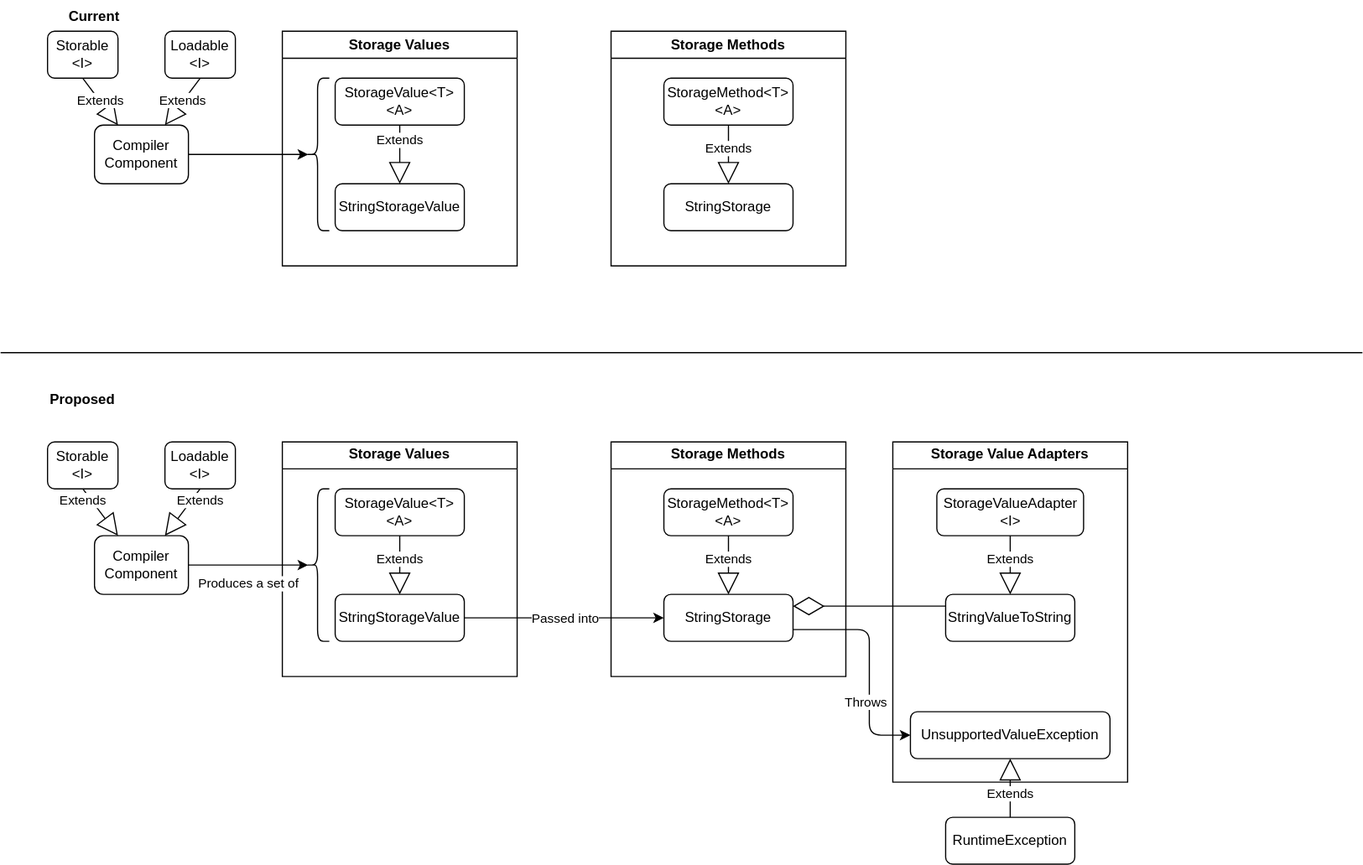
Before: docs/diagrams/Storage.drawio.svg, a diagram exported from draw.io (warburec/GenCompilation). Source tidied: cells renumbered, new cells last; positions are measured from the earlier drawing's top-left corner, leaving out a move shared by most shapes. Source of this version:
```xml
<mxGraphModel>
  <root>
    <mxCell id="0" />
    <mxCell id="1" parent="0" />
    <mxCell id="2" value="Storable &amp;lt;I&amp;gt;" style="rounded=1;whiteSpace=wrap;html=1;" parent="1" vertex="1">
      <mxGeometry x="40" y="26" width="60" height="40" as="geometry" />
    </mxCell>
    <mxCell id="3" value="Storage Values" style="swimlane;whiteSpace=wrap;html=1;" parent="1" vertex="1">
      <mxGeometry x="240" y="26" width="200" height="200" as="geometry" />
    </mxCell>
    <mxCell id="4" value="StorageValue&amp;lt;T&amp;gt;&lt;br&gt;&amp;lt;A&amp;gt;" style="rounded=1;whiteSpace=wrap;html=1;" parent="3" vertex="1">
      <mxGeometry x="45" y="40" width="110" height="40" as="geometry" />
    </mxCell>
    <mxCell id="5" value="StringStorageValue" style="rounded=1;whiteSpace=wrap;html=1;" parent="3" vertex="1">
      <mxGeometry x="45" y="130" width="110" height="40" as="geometry" />
    </mxCell>
    <mxCell id="6" value="Extends" style="endArrow=block;endSize=16;endFill=0;html=1;exitX=0.5;exitY=1;exitDx=0;exitDy=0;entryX=0.5;entryY=0;entryDx=0;entryDy=0;" parent="3" edge="1" source="4" target="5">
      <mxGeometry x="-0.5" relative="1" as="geometry">
        <Array as="points">
          <mxPoint x="100" y="100" />
        </Array>
      </mxGeometry>
    </mxCell>
    <mxCell id="7" style="shape=curlyBracket;whiteSpace=wrap;html=1;rounded=1;labelPosition=left;verticalLabelPosition=middle;align=right;verticalAlign=middle;size=0.5;" parent="3" vertex="1">
      <mxGeometry x="20" y="40" width="20" height="130" as="geometry" />
    </mxCell>
    <mxCell id="8" value="Storage Methods" style="swimlane;whiteSpace=wrap;html=1;" parent="1" vertex="1">
      <mxGeometry x="520" y="26" width="200" height="200" as="geometry" />
    </mxCell>
    <mxCell id="9" value="StorageMethod&amp;lt;T&amp;gt;&lt;br&gt;&amp;lt;A&amp;gt;" style="rounded=1;whiteSpace=wrap;html=1;" parent="8" vertex="1">
      <mxGeometry x="45" y="40" width="110" height="40" as="geometry" />
    </mxCell>
    <mxCell id="10" value="StringStorage" style="rounded=1;whiteSpace=wrap;html=1;" parent="8" vertex="1">
      <mxGeometry x="45" y="130" width="110" height="40" as="geometry" />
    </mxCell>
    <mxCell id="11" value="Extends" style="endArrow=block;endSize=16;endFill=0;html=1;exitX=0.5;exitY=1;exitDx=0;exitDy=0;entryX=0.5;entryY=0;entryDx=0;entryDy=0;" parent="8" edge="1" source="9" target="10">
      <mxGeometry x="-0.2" relative="1" as="geometry" />
    </mxCell>
    <mxCell id="12" value="Loadable &amp;lt;I&amp;gt;" style="rounded=1;whiteSpace=wrap;html=1;" parent="1" vertex="1">
      <mxGeometry x="140" y="26" width="60" height="40" as="geometry" />
    </mxCell>
    <mxCell id="13" style="edgeStyle=orthogonalEdgeStyle;html=1;exitX=1;exitY=0.5;exitDx=0;exitDy=0;entryX=0.1;entryY=0.5;entryDx=0;entryDy=0;entryPerimeter=0;" parent="1" edge="1" source="14" target="7">
      <mxGeometry relative="1" as="geometry" />
    </mxCell>
    <mxCell id="14" value="Compiler Component" style="rounded=1;whiteSpace=wrap;html=1;" parent="1" vertex="1">
      <mxGeometry x="80" y="106" width="80" height="50" as="geometry" />
    </mxCell>
    <mxCell id="15" value="Extends" style="endArrow=block;endSize=16;endFill=0;html=1;exitX=0.5;exitY=1;exitDx=0;exitDy=0;entryX=0.25;entryY=0;entryDx=0;entryDy=0;" parent="1" edge="1" source="2" target="14">
      <mxGeometry relative="1" as="geometry" />
    </mxCell>
    <mxCell id="16" value="Extends" style="endArrow=block;endSize=16;endFill=0;html=1;entryX=0.75;entryY=0;entryDx=0;entryDy=0;exitX=0.5;exitY=1;exitDx=0;exitDy=0;" parent="1" edge="1" source="12" target="14">
      <mxGeometry relative="1" as="geometry" />
    </mxCell>
    <mxCell id="17" style="line;strokeWidth=1;fillColor=none;align=left;verticalAlign=middle;spacingTop=-1;spacingLeft=3;spacingRight=3;labelPosition=right;strokeColor=inherit;" parent="1" vertex="1">
      <mxGeometry y="296" width="1160" height="8" as="geometry" />
    </mxCell>
    <mxCell id="18" value="Proposed" style="text;align=center;fontStyle=1;verticalAlign=middle;spacingLeft=3;spacingRight=3;strokeColor=none;" parent="1" vertex="1">
      <mxGeometry x="30" y="326" width="80" height="26" as="geometry" />
    </mxCell>
    <mxCell id="19" value="Current" style="text;align=center;fontStyle=1;verticalAlign=middle;spacingLeft=3;spacingRight=3;strokeColor=none;" parent="1" vertex="1">
      <mxGeometry x="40" width="80" height="26" as="geometry" />
    </mxCell>
    <mxCell id="20" value="Storable &amp;lt;I&amp;gt;" style="rounded=1;whiteSpace=wrap;html=1;" parent="1" vertex="1">
      <mxGeometry x="40" y="376" width="60" height="40" as="geometry" />
    </mxCell>
    <mxCell id="21" value="Storage Values" style="swimlane;whiteSpace=wrap;html=1;" parent="1" vertex="1">
      <mxGeometry x="240" y="376" width="200" height="200" as="geometry" />
    </mxCell>
    <mxCell id="22" value="StorageValue&amp;lt;T&amp;gt;&lt;br&gt;&amp;lt;A&amp;gt;" style="rounded=1;whiteSpace=wrap;html=1;" parent="21" vertex="1">
      <mxGeometry x="45" y="40" width="110" height="40" as="geometry" />
    </mxCell>
    <mxCell id="23" value="StringStorageValue" style="rounded=1;whiteSpace=wrap;html=1;" parent="21" vertex="1">
      <mxGeometry x="45" y="130" width="110" height="40" as="geometry" />
    </mxCell>
    <mxCell id="24" value="Extends" style="endArrow=block;endSize=16;endFill=0;html=1;exitX=0.5;exitY=1;exitDx=0;exitDy=0;entryX=0.5;entryY=0;entryDx=0;entryDy=0;" parent="21" edge="1" source="22" target="23">
      <mxGeometry x="-0.2" relative="1" as="geometry">
        <Array as="points">
          <mxPoint x="100" y="100" />
        </Array>
      </mxGeometry>
    </mxCell>
    <mxCell id="25" style="shape=curlyBracket;whiteSpace=wrap;html=1;rounded=1;labelPosition=left;verticalLabelPosition=middle;align=right;verticalAlign=middle;size=0.5;" parent="21" vertex="1">
      <mxGeometry x="20" y="40" width="20" height="130" as="geometry" />
    </mxCell>
    <mxCell id="26" value="Storage Methods" style="swimlane;whiteSpace=wrap;html=1;" parent="1" vertex="1">
      <mxGeometry x="520" y="376" width="200" height="200" as="geometry" />
    </mxCell>
    <mxCell id="27" value="StorageMethod&amp;lt;T&amp;gt;&lt;br&gt;&amp;lt;A&amp;gt;" style="rounded=1;whiteSpace=wrap;html=1;" parent="26" vertex="1">
      <mxGeometry x="45" y="40" width="110" height="40" as="geometry" />
    </mxCell>
    <mxCell id="28" value="StringStorage" style="rounded=1;whiteSpace=wrap;html=1;" parent="26" vertex="1">
      <mxGeometry x="45" y="130" width="110" height="40" as="geometry" />
    </mxCell>
    <mxCell id="29" value="Extends" style="endArrow=block;endSize=16;endFill=0;html=1;exitX=0.5;exitY=1;exitDx=0;exitDy=0;entryX=0.5;entryY=0;entryDx=0;entryDy=0;" parent="26" edge="1" source="27" target="28">
      <mxGeometry x="-0.2" relative="1" as="geometry" />
    </mxCell>
    <mxCell id="30" value="Loadable &amp;lt;I&amp;gt;" style="rounded=1;whiteSpace=wrap;html=1;" parent="1" vertex="1">
      <mxGeometry x="140" y="376" width="60" height="40" as="geometry" />
    </mxCell>
    <mxCell id="31" style="edgeStyle=orthogonalEdgeStyle;html=1;exitX=1;exitY=0.5;exitDx=0;exitDy=0;entryX=0.1;entryY=0.5;entryDx=0;entryDy=0;entryPerimeter=0;" parent="1" edge="1" source="33" target="25">
      <mxGeometry relative="1" as="geometry" />
    </mxCell>
    <mxCell id="32" value="Produces a set of" style="edgeLabel;html=1;align=center;verticalAlign=middle;" parent="31" vertex="1">
      <mxGeometry x="-0.35" y="-1" relative="1" as="geometry">
        <mxPoint x="17" y="14" as="offset" />
      </mxGeometry>
    </mxCell>
    <mxCell id="33" value="Compiler Component" style="rounded=1;whiteSpace=wrap;html=1;" parent="1" vertex="1">
      <mxGeometry x="80" y="456" width="80" height="50" as="geometry" />
    </mxCell>
    <mxCell id="34" value="Extends" style="endArrow=block;endSize=16;endFill=0;html=1;exitX=0.5;exitY=1;exitDx=0;exitDy=0;entryX=0.25;entryY=0;entryDx=0;entryDy=0;" parent="1" edge="1" source="20" target="33">
      <mxGeometry x="-0.68" y="-6" relative="1" as="geometry" />
    </mxCell>
    <mxCell id="35" value="Extends" style="endArrow=block;endSize=16;endFill=0;html=1;entryX=0.75;entryY=0;entryDx=0;entryDy=0;exitX=0.5;exitY=1;exitDx=0;exitDy=0;" parent="1" edge="1" source="30" target="33">
      <mxGeometry x="-0.68" y="6" relative="1" as="geometry" />
    </mxCell>
    <mxCell id="36" value="Storage Value Adapters" style="swimlane;whiteSpace=wrap;html=1;" parent="1" vertex="1">
      <mxGeometry x="760" y="376" width="200" height="290" as="geometry" />
    </mxCell>
    <mxCell id="37" value="StorageValueAdapter &amp;lt;I&amp;gt;" style="rounded=1;whiteSpace=wrap;html=1;" parent="36" vertex="1">
      <mxGeometry x="37.5" y="40" width="125" height="40" as="geometry" />
    </mxCell>
    <mxCell id="38" value="StringValueToString" style="rounded=1;whiteSpace=wrap;html=1;" parent="36" vertex="1">
      <mxGeometry x="45" y="130" width="110" height="40" as="geometry" />
    </mxCell>
    <mxCell id="39" value="Extends" style="endArrow=block;endSize=16;endFill=0;html=1;exitX=0.5;exitY=1;exitDx=0;exitDy=0;entryX=0.5;entryY=0;entryDx=0;entryDy=0;" parent="36" edge="1" source="37" target="38">
      <mxGeometry x="-0.2" relative="1" as="geometry" />
    </mxCell>
    <mxCell id="40" value="UnsupportedValueException" style="rounded=1;whiteSpace=wrap;html=1;" parent="36" vertex="1">
      <mxGeometry x="15" y="230" width="170" height="40" as="geometry" />
    </mxCell>
    <mxCell id="41" style="edgeStyle=orthogonalEdgeStyle;html=1;exitX=1;exitY=0.5;exitDx=0;exitDy=0;entryX=0;entryY=0.5;entryDx=0;entryDy=0;" parent="1" edge="1" source="23" target="28">
      <mxGeometry relative="1" as="geometry" />
    </mxCell>
    <mxCell id="42" value="Passed into" style="edgeLabel;html=1;align=center;verticalAlign=middle;" parent="41" vertex="1">
      <mxGeometry x="0.22" relative="1" as="geometry">
        <mxPoint x="-19" as="offset" />
      </mxGeometry>
    </mxCell>
    <mxCell id="43" value="RuntimeException" style="rounded=1;whiteSpace=wrap;html=1;" parent="1" vertex="1">
      <mxGeometry x="805" y="696" width="110" height="40" as="geometry" />
    </mxCell>
    <mxCell id="44" value="Extends" style="endArrow=block;endSize=16;endFill=0;html=1;entryX=0.5;entryY=1;entryDx=0;entryDy=0;exitX=0.5;exitY=0;exitDx=0;exitDy=0;" parent="1" edge="1" source="43" target="40">
      <mxGeometry x="-0.2" relative="1" as="geometry" />
    </mxCell>
    <mxCell id="45" style="endArrow=diamondThin;endFill=0;endSize=24;html=1;entryX=1;entryY=0.25;entryDx=0;entryDy=0;exitX=0;exitY=0.25;exitDx=0;exitDy=0;" parent="1" edge="1" source="38" target="28">
      <mxGeometry relative="1" as="geometry" />
    </mxCell>
    <mxCell id="46" style="edgeStyle=orthogonalEdgeStyle;html=1;exitX=1;exitY=0.75;exitDx=0;exitDy=0;entryX=0;entryY=0.5;entryDx=0;entryDy=0;" parent="1" edge="1" source="28" target="40">
      <mxGeometry relative="1" as="geometry">
        <Array as="points">
          <mxPoint x="740" y="536" />
          <mxPoint x="740" y="626" />
        </Array>
      </mxGeometry>
    </mxCell>
    <mxCell id="47" value="Throws" style="edgeLabel;html=1;align=center;verticalAlign=middle;" parent="46" vertex="1">
      <mxGeometry x="0.18" y="-4" relative="1" as="geometry">
        <mxPoint y="13" as="offset" />
      </mxGeometry>
    </mxCell>
  </root>
</mxGraphModel>
```
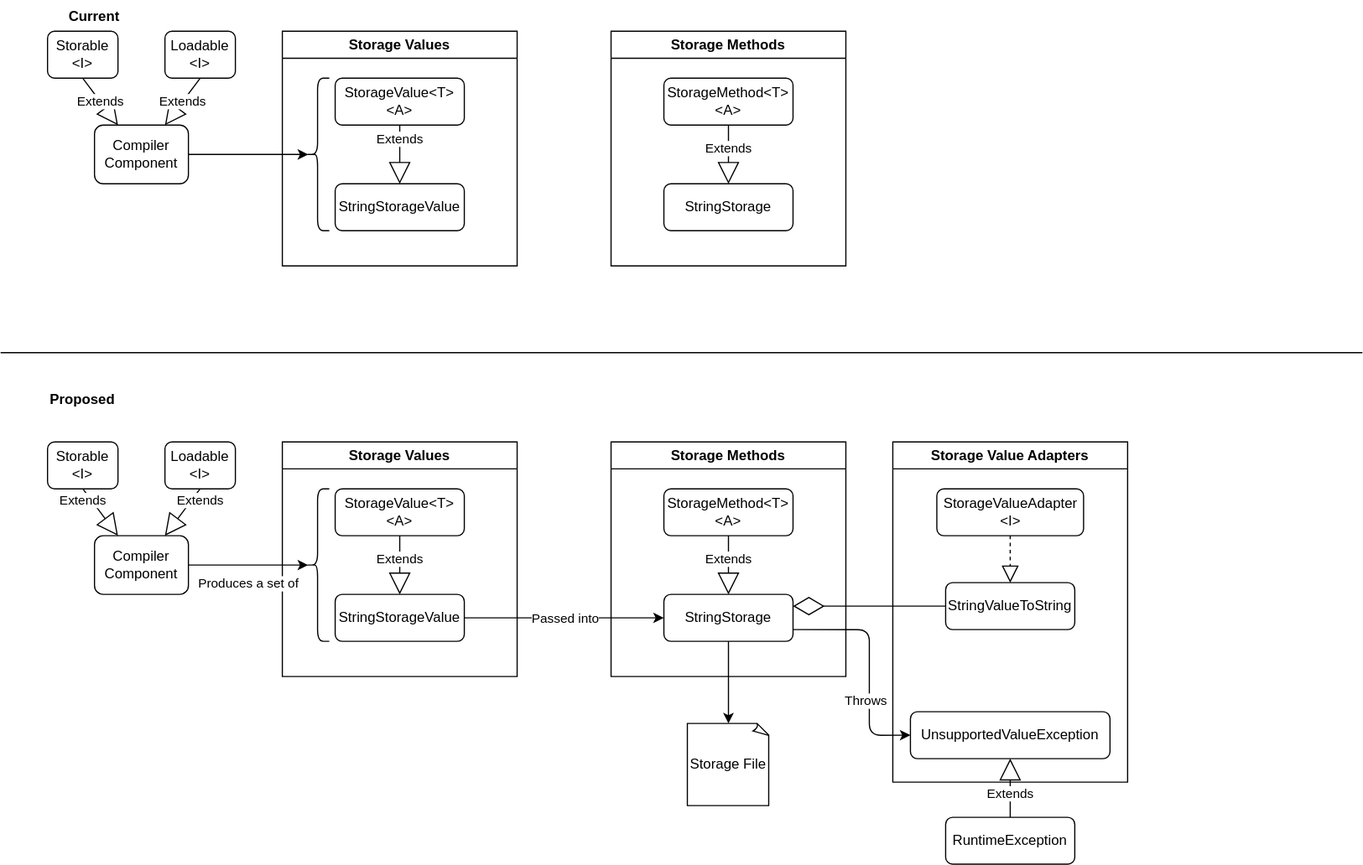
After the commit.

Commit message:
Beginning of small storage architecture rework

The edit, as a diff of the source:
```diff
@@ -121,14 +121,14 @@
       <mxGeometry x="37.5" y="40" width="125" height="40" as="geometry" />
     </mxCell>
     <mxCell id="38" value="StringValueToString" style="rounded=1;whiteSpace=wrap;html=1;" parent="36" vertex="1">
-      <mxGeometry x="45" y="130" width="110" height="40" as="geometry" />
+      <mxGeometry x="45" y="120" width="110" height="40" as="geometry" />
     </mxCell>
+    <mxCell id="40" value="UnsupportedValueException" style="rounded=1;whiteSpace=wrap;html=1;" parent="36" vertex="1">
+      <mxGeometry x="15" y="230" width="170" height="40" as="geometry" />
+    </mxCell>
-    <mxCell id="39" value="Extends" style="endArrow=block;endSize=16;endFill=0;html=1;exitX=0.5;exitY=1;exitDx=0;exitDy=0;entryX=0.5;entryY=0;entryDx=0;entryDy=0;" parent="36" edge="1" source="37" target="38">
-      <mxGeometry x="-0.2" relative="1" as="geometry" />
+    <mxCell id="39" style="endArrow=block;dashed=1;endFill=0;endSize=12;html=1;exitX=0.5;exitY=1;exitDx=0;exitDy=0;entryX=0.5;entryY=0;entryDx=0;entryDy=0;" parent="36" edge="1" source="37" target="38">
+      <mxGeometry relative="1" as="geometry" />
     </mxCell>
-    <mxCell id="40" value="UnsupportedValueException" style="rounded=1;whiteSpace=wrap;html=1;" parent="36" vertex="1">
-      <mxGeometry x="15" y="230" width="170" height="40" as="geometry" />
-    </mxCell>
     <mxCell id="41" style="edgeStyle=orthogonalEdgeStyle;html=1;exitX=1;exitY=0.5;exitDx=0;exitDy=0;entryX=0;entryY=0.5;entryDx=0;entryDy=0;" parent="1" edge="1" source="23" target="28">
       <mxGeometry relative="1" as="geometry" />
     </mxCell>
@@ -143,7 +143,7 @@
     <mxCell id="44" value="Extends" style="endArrow=block;endSize=16;endFill=0;html=1;entryX=0.5;entryY=1;entryDx=0;entryDy=0;exitX=0.5;exitY=0;exitDx=0;exitDy=0;" parent="1" edge="1" source="43" target="40">
       <mxGeometry x="-0.2" relative="1" as="geometry" />
     </mxCell>
-    <mxCell id="45" style="endArrow=diamondThin;endFill=0;endSize=24;html=1;entryX=1;entryY=0.25;entryDx=0;entryDy=0;exitX=0;exitY=0.25;exitDx=0;exitDy=0;" parent="1" edge="1" source="38" target="28">
+    <mxCell id="45" style="endArrow=diamondThin;endFill=0;endSize=24;html=1;entryX=1;entryY=0.25;entryDx=0;entryDy=0;exitX=0;exitY=0.5;exitDx=0;exitDy=0;" parent="1" edge="1" source="38" target="28">
       <mxGeometry relative="1" as="geometry" />
     </mxCell>
     <mxCell id="46" style="edgeStyle=orthogonalEdgeStyle;html=1;exitX=1;exitY=0.75;exitDx=0;exitDy=0;entryX=0;entryY=0.5;entryDx=0;entryDy=0;" parent="1" edge="1" source="28" target="40">
@@ -159,5 +159,11 @@
         <mxPoint y="13" as="offset" />
       </mxGeometry>
     </mxCell>
+    <mxCell id="48" value="Storage File" style="whiteSpace=wrap;html=1;shape=mxgraph.basic.document;" parent="1" vertex="1">
+      <mxGeometry x="585" y="616" width="70" height="70" as="geometry" />
+    </mxCell>
+    <mxCell id="49" style="edgeStyle=orthogonalEdgeStyle;html=1;exitX=0.5;exitY=1;exitDx=0;exitDy=0;entryX=0.5;entryY=0;entryDx=0;entryDy=0;entryPerimeter=0;" parent="1" edge="1" source="28" target="48">
+      <mxGeometry relative="1" as="geometry" />
+    </mxCell>
   </root>
 </mxGraphModel>
```
